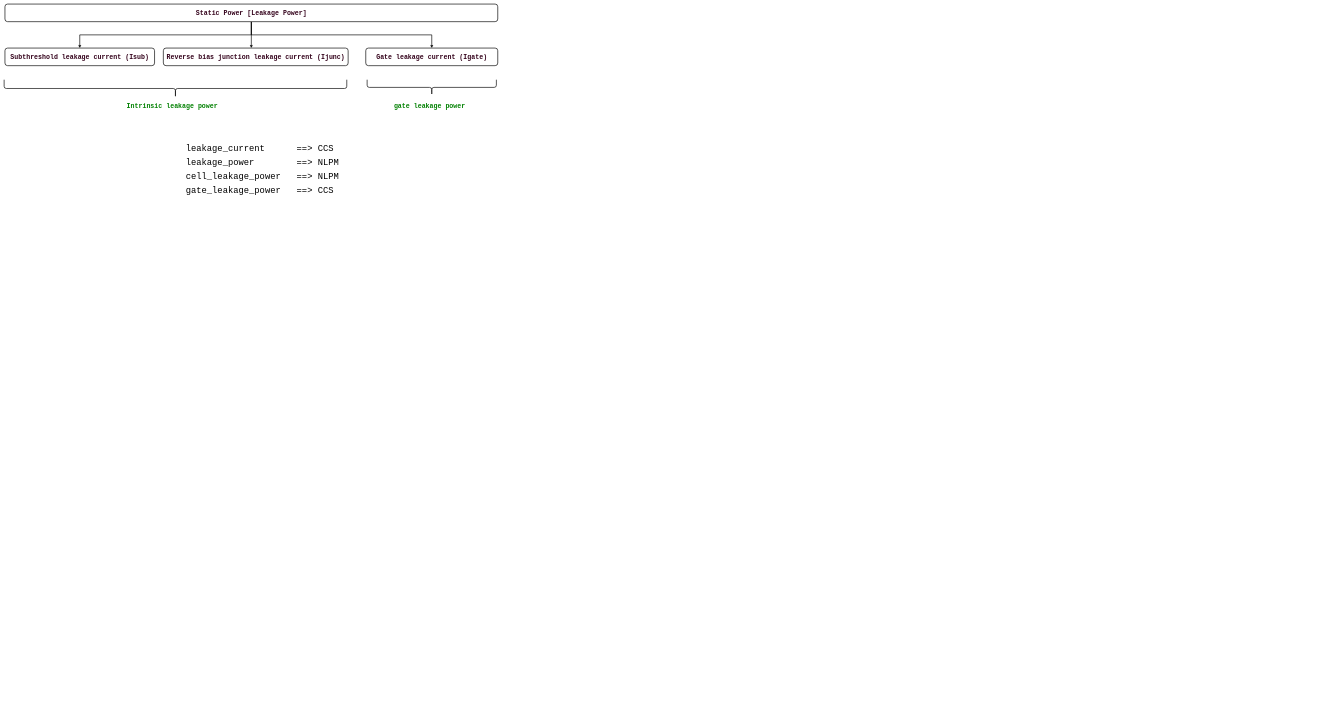
The draw.io diagram standard_cell_characterization.drawio in T-Maharshi-Sanand-Yadav/draw.io, before the edit. Source tidied: cells renumbered, new cells numbered last; positions are measured from the earlier drawing's top-left corner, leaving out a move shared by most shapes. Both pictures are drawn from the tidied source at 22%, with x=0, y=0 at pixel (4, -83).
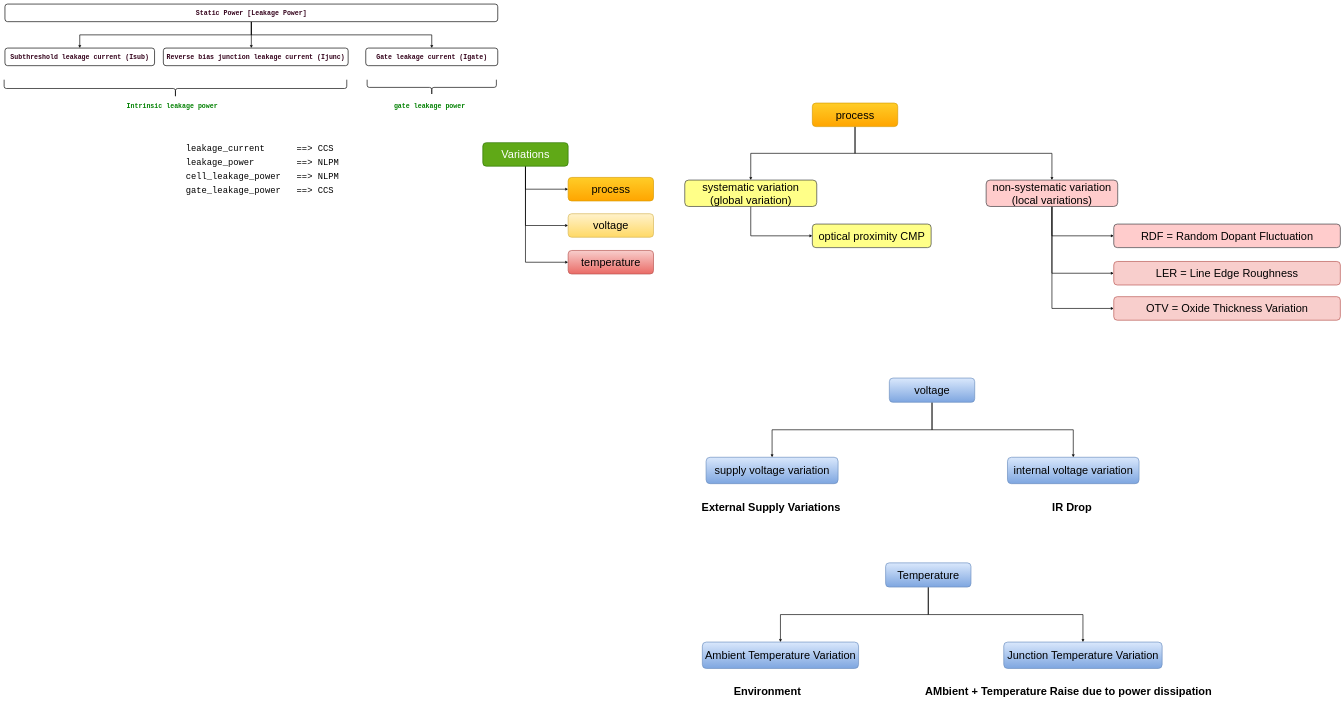
The same diagram, later.

The edit, as a diff of the source:
```diff
@@
+    <mxCell id="15" style="edgeStyle=orthogonalEdgeStyle;rounded=0;jettySize=auto;html=1;entryX=0;entryY=0.5;entryDx=0;entryDy=0;strokeWidth=3;" parent="1" edge="1" source="18" target="19">
+      <mxGeometry relative="1" as="geometry" />
+    </mxCell>
+    <mxCell id="16" style="edgeStyle=orthogonalEdgeStyle;rounded=0;jettySize=auto;html=1;exitX=0.5;exitY=1;exitDx=0;exitDy=0;entryX=0;entryY=0.5;entryDx=0;entryDy=0;strokeWidth=3;" parent="1" edge="1" source="18" target="20">
+      <mxGeometry relative="1" as="geometry" />
+    </mxCell>
+    <mxCell id="17" style="edgeStyle=orthogonalEdgeStyle;rounded=0;jettySize=auto;html=1;exitX=0.5;exitY=1;exitDx=0;exitDy=0;entryX=0;entryY=0.5;entryDx=0;entryDy=0;strokeWidth=3;" parent="1" edge="1" source="18" target="21">
+      <mxGeometry relative="1" as="geometry" />
+    </mxCell>
+    <mxCell id="18" value="&lt;font style=&quot;font-size: 50px;&quot;&gt;Variations&lt;/font&gt;" style="rounded=1;whiteSpace=wrap;html=1;strokeWidth=3;fillColor=#60a917;strokeColor=#2D7600;fontColor=#ffffff;" parent="1" vertex="1">
+      <mxGeometry x="2176" y="1025" width="388" height="107" as="geometry" />
+    </mxCell>
+    <mxCell id="19" value="&lt;font style=&quot;font-size: 50px;&quot;&gt;process&lt;/font&gt;" style="rounded=1;whiteSpace=wrap;html=1;strokeWidth=3;fillColor=#ffcd28;gradientColor=#ffa500;strokeColor=#d79b00;" parent="1" vertex="1">
+      <mxGeometry x="2564" y="1183" width="388" height="107" as="geometry" />
+    </mxCell>
+    <mxCell id="20" value="&lt;font style=&quot;font-size: 50px;&quot;&gt;voltage&lt;/font&gt;" style="rounded=1;whiteSpace=wrap;html=1;strokeWidth=3;fillColor=#fff2cc;gradientColor=#ffd966;strokeColor=#d6b656;" parent="1" vertex="1">
+      <mxGeometry x="2564" y="1348" width="388" height="107" as="geometry" />
+    </mxCell>
+    <mxCell id="21" value="&lt;font style=&quot;font-size: 50px;&quot;&gt;temperature&lt;/font&gt;" style="rounded=1;whiteSpace=wrap;html=1;strokeWidth=3;fillColor=#f8cecc;gradientColor=#ea6b66;strokeColor=#b85450;" parent="1" vertex="1">
+      <mxGeometry x="2564" y="1515" width="388" height="107" as="geometry" />
+    </mxCell>
+    <mxCell id="22" style="edgeStyle=orthogonalEdgeStyle;rounded=0;jettySize=auto;html=1;exitX=0.5;exitY=1;exitDx=0;exitDy=0;entryX=0;entryY=0.5;entryDx=0;entryDy=0;strokeWidth=3;" parent="1" edge="1" source="23" target="31">
+      <mxGeometry relative="1" as="geometry" />
+    </mxCell>
+    <mxCell id="23" value="&lt;span style=&quot;font-size: 50px;&quot;&gt;systematic variation&lt;/span&gt;&lt;div&gt;&lt;span style=&quot;font-size: 50px;&quot;&gt;(global variation)&lt;/span&gt;&lt;/div&gt;" style="rounded=1;whiteSpace=wrap;html=1;strokeWidth=3;fillColor=#ffff88;strokeColor=#36393d;" parent="1" vertex="1">
+      <mxGeometry x="3094" y="1195" width="600" height="120" as="geometry" />
+    </mxCell>
+    <mxCell id="24" style="edgeStyle=orthogonalEdgeStyle;rounded=0;jettySize=auto;html=1;exitX=0.5;exitY=1;exitDx=0;exitDy=0;entryX=0;entryY=0.5;entryDx=0;entryDy=0;strokeWidth=3;" parent="1" edge="1" source="27" target="32">
+      <mxGeometry relative="1" as="geometry" />
+    </mxCell>
+    <mxCell id="25" style="edgeStyle=orthogonalEdgeStyle;rounded=0;jettySize=auto;html=1;exitX=0.5;exitY=1;exitDx=0;exitDy=0;entryX=0;entryY=0.5;entryDx=0;entryDy=0;strokeWidth=3;" parent="1" edge="1" source="27" target="33">
+      <mxGeometry relative="1" as="geometry" />
+    </mxCell>
+    <mxCell id="26" style="edgeStyle=orthogonalEdgeStyle;rounded=0;jettySize=auto;html=1;exitX=0.5;exitY=1;exitDx=0;exitDy=0;entryX=0;entryY=0.5;entryDx=0;entryDy=0;strokeWidth=3;" parent="1" edge="1" source="27" target="34">
+      <mxGeometry relative="1" as="geometry" />
+    </mxCell>
+    <mxCell id="27" value="&lt;span style=&quot;font-size: 50px;&quot;&gt;non-systematic variation&lt;/span&gt;&lt;div&gt;&lt;span style=&quot;font-size: 50px;&quot;&gt;(local variations)&lt;/span&gt;&lt;/div&gt;" style="rounded=1;whiteSpace=wrap;html=1;strokeWidth=3;fillColor=#ffcccc;strokeColor=#36393d;" parent="1" vertex="1">
+      <mxGeometry x="4464" y="1195" width="598" height="120" as="geometry" />
+    </mxCell>
+    <mxCell id="28" style="edgeStyle=orthogonalEdgeStyle;rounded=0;jettySize=auto;html=1;exitX=0.5;exitY=1;exitDx=0;exitDy=0;entryX=0.5;entryY=0;entryDx=0;entryDy=0;strokeWidth=3;" parent="1" edge="1" source="30" target="23">
+      <mxGeometry relative="1" as="geometry" />
+    </mxCell>
+    <mxCell id="29" style="edgeStyle=orthogonalEdgeStyle;rounded=0;jettySize=auto;html=1;exitX=0.5;exitY=1;exitDx=0;exitDy=0;entryX=0.5;entryY=0;entryDx=0;entryDy=0;strokeWidth=3;" parent="1" edge="1" source="30" target="27">
+      <mxGeometry relative="1" as="geometry" />
+    </mxCell>
+    <mxCell id="30" value="&lt;font style=&quot;font-size: 50px;&quot;&gt;process&lt;/font&gt;" style="rounded=1;whiteSpace=wrap;html=1;strokeWidth=3;fillColor=#ffcd28;gradientColor=#ffa500;strokeColor=#d79b00;" parent="1" vertex="1">
+      <mxGeometry x="3674" y="845" width="388" height="107" as="geometry" />
+    </mxCell>
+    <mxCell id="31" value="&lt;font style=&quot;font-size: 50px;&quot;&gt;optical proximity CMP&lt;/font&gt;" style="rounded=1;whiteSpace=wrap;html=1;strokeWidth=3;fillColor=#ffff88;strokeColor=#36393d;" parent="1" vertex="1">
+      <mxGeometry x="3674" y="1395" width="540" height="107" as="geometry" />
+    </mxCell>
+    <mxCell id="32" value="&lt;font style=&quot;font-size: 50px;&quot;&gt;RDF = Random Dopant Fluctuation&lt;/font&gt;" style="rounded=1;whiteSpace=wrap;html=1;strokeWidth=3;fillColor=#ffcccc;strokeColor=#36393d;align=center;" parent="1" vertex="1">
+      <mxGeometry x="5044" y="1395" width="1030" height="107" as="geometry" />
+    </mxCell>
+    <mxCell id="33" value="&lt;font style=&quot;font-size: 50px;&quot;&gt;LER = Line Edge Roughness&lt;/font&gt;" style="rounded=1;whiteSpace=wrap;html=1;strokeWidth=3;fillColor=#f8cecc;strokeColor=#b85450;" parent="1" vertex="1">
+      <mxGeometry x="5044" y="1565" width="1030" height="107" as="geometry" />
+    </mxCell>
+    <mxCell id="34" value="&lt;font style=&quot;font-size: 50px;&quot;&gt;OTV = Oxide Thickness Variation&lt;/font&gt;" style="rounded=1;whiteSpace=wrap;html=1;strokeWidth=3;fillColor=#f8cecc;strokeColor=#b85450;" parent="1" vertex="1">
+      <mxGeometry x="5044" y="1725" width="1030" height="107" as="geometry" />
+    </mxCell>
+    <mxCell id="35" value="&lt;span style=&quot;font-size: 50px;&quot;&gt;supply voltage variation&lt;/span&gt;" style="rounded=1;whiteSpace=wrap;html=1;strokeWidth=3;fillColor=#dae8fc;strokeColor=#6c8ebf;gradientColor=#7ea6e0;" parent="1" vertex="1">
+      <mxGeometry x="3191" y="2455" width="600" height="120" as="geometry" />
+    </mxCell>
+    <mxCell id="36" value="&lt;span style=&quot;font-size: 50px;&quot;&gt;internal voltage variation&lt;/span&gt;" style="rounded=1;whiteSpace=wrap;html=1;strokeWidth=3;fillColor=#dae8fc;strokeColor=#6c8ebf;gradientColor=#7ea6e0;" parent="1" vertex="1">
+      <mxGeometry x="4561" y="2455" width="598" height="120" as="geometry" />
+    </mxCell>
+    <mxCell id="37" style="edgeStyle=orthogonalEdgeStyle;rounded=0;jettySize=auto;html=1;exitX=0.5;exitY=1;exitDx=0;exitDy=0;entryX=0.5;entryY=0;entryDx=0;entryDy=0;strokeWidth=3;" parent="1" edge="1" source="39" target="35">
+      <mxGeometry relative="1" as="geometry" />
+    </mxCell>
+    <mxCell id="38" style="edgeStyle=orthogonalEdgeStyle;rounded=0;jettySize=auto;html=1;exitX=0.5;exitY=1;exitDx=0;exitDy=0;entryX=0.5;entryY=0;entryDx=0;entryDy=0;strokeWidth=3;" parent="1" edge="1" source="39" target="36">
+      <mxGeometry relative="1" as="geometry" />
+    </mxCell>
+    <mxCell id="39" value="&lt;font style=&quot;font-size: 50px;&quot;&gt;voltage&lt;/font&gt;" style="rounded=1;whiteSpace=wrap;html=1;strokeWidth=3;fillColor=#dae8fc;strokeColor=#6c8ebf;gradientColor=#7ea6e0;" parent="1" vertex="1">
+      <mxGeometry x="4024" y="2095" width="388" height="110" as="geometry" />
+    </mxCell>
+    <mxCell id="40" value="&lt;font style=&quot;font-size: 50px;&quot;&gt;External Supply Variations&lt;/font&gt;" style="text;html=1;align=center;verticalAlign=middle;strokeColor=none;fillColor=none;fontStyle=1;" parent="1" vertex="1">
+      <mxGeometry x="3181" y="2645" width="610" height="70" as="geometry" />
+    </mxCell>
+    <mxCell id="41" value="&lt;font style=&quot;font-size: 50px;&quot;&gt;IR Drop&lt;/font&gt;" style="text;html=1;align=center;verticalAlign=middle;strokeColor=none;fillColor=none;fontStyle=1;" parent="1" vertex="1">
+      <mxGeometry x="4754" y="2645" width="200" height="70" as="geometry" />
+    </mxCell>
+    <mxCell id="42" value="&lt;span style=&quot;font-size: 50px;&quot;&gt;Ambient Temperature Variation&lt;/span&gt;" style="rounded=1;whiteSpace=wrap;html=1;strokeWidth=3;fillColor=#dae8fc;strokeColor=#6c8ebf;gradientColor=#7ea6e0;" parent="1" vertex="1">
+      <mxGeometry x="3174" y="3295" width="710" height="120" as="geometry" />
+    </mxCell>
+    <mxCell id="43" value="&lt;span style=&quot;font-size: 50px;&quot;&gt;Junction Temperature Variation&lt;/span&gt;" style="rounded=1;whiteSpace=wrap;html=1;strokeWidth=3;fillColor=#dae8fc;strokeColor=#6c8ebf;gradientColor=#7ea6e0;" parent="1" vertex="1">
+      <mxGeometry x="4544" y="3295" width="720" height="120" as="geometry" />
+    </mxCell>
+    <mxCell id="44" style="edgeStyle=orthogonalEdgeStyle;rounded=0;jettySize=auto;html=1;exitX=0.5;exitY=1;exitDx=0;exitDy=0;entryX=0.5;entryY=0;entryDx=0;entryDy=0;strokeWidth=3;" parent="1" edge="1" source="46" target="42">
+      <mxGeometry relative="1" as="geometry" />
+    </mxCell>
+    <mxCell id="45" style="edgeStyle=orthogonalEdgeStyle;rounded=0;jettySize=auto;html=1;exitX=0.5;exitY=1;exitDx=0;exitDy=0;entryX=0.5;entryY=0;entryDx=0;entryDy=0;strokeWidth=3;" parent="1" edge="1" source="46" target="43">
+      <mxGeometry relative="1" as="geometry" />
+    </mxCell>
+    <mxCell id="46" value="&lt;font style=&quot;font-size: 50px;&quot;&gt;Temperature&lt;/font&gt;" style="rounded=1;whiteSpace=wrap;html=1;strokeWidth=3;fillColor=#dae8fc;strokeColor=#6c8ebf;gradientColor=#7ea6e0;" parent="1" vertex="1">
+      <mxGeometry x="4007" y="2935" width="388" height="110" as="geometry" />
+    </mxCell>
+    <mxCell id="47" value="&lt;font style=&quot;font-size: 50px;&quot;&gt;Environment&lt;/font&gt;" style="text;html=1;align=center;verticalAlign=middle;strokeColor=none;fillColor=none;fontStyle=1;" parent="1" vertex="1">
+      <mxGeometry x="3319" y="3485" width="300" height="70" as="geometry" />
+    </mxCell>
+    <mxCell id="48" value="&lt;font style=&quot;font-size: 50px;&quot;&gt;AMbient + Temperature Raise due to power dissipation&lt;/font&gt;" style="text;html=1;align=center;verticalAlign=middle;strokeColor=none;fillColor=none;fontStyle=1;" parent="1" vertex="1">
+      <mxGeometry x="4221" y="3484" width="1233" height="72" as="geometry" />
+    </mxCell>
```
